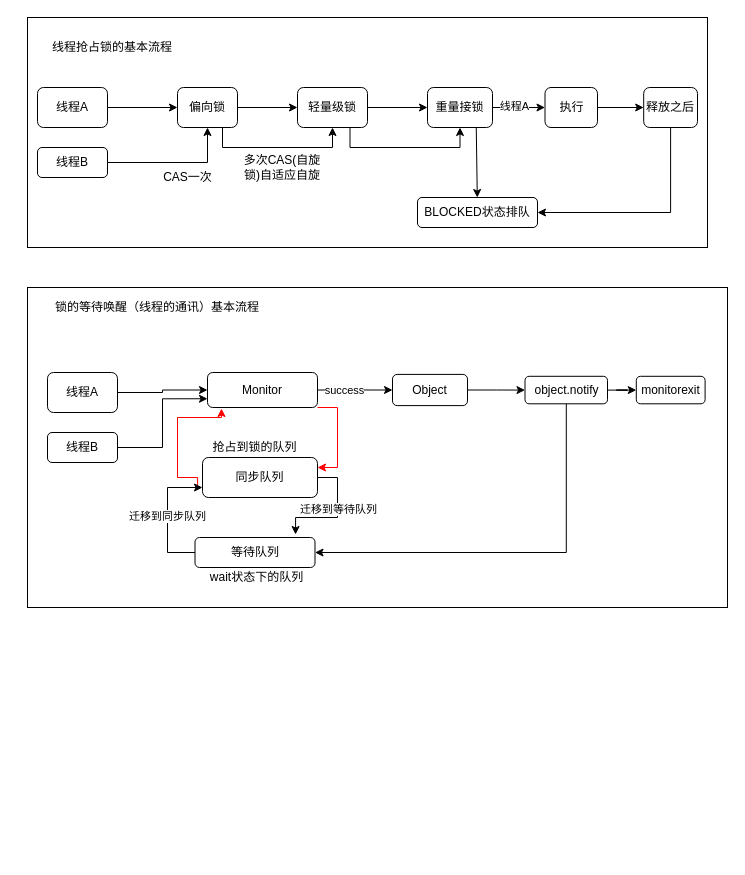
Earlier version of the draw.io diagram 线程升级锁流程图.drawio (perryvip/xml). Source tidied: cells renumbered, new cells numbered last; positions are measured from the earlier drawing's top-left corner, leaving out a move shared by most shapes. Both pictures are drawn from the tidied source at 100%, with x=0, y=0 at pixel (27, 17).
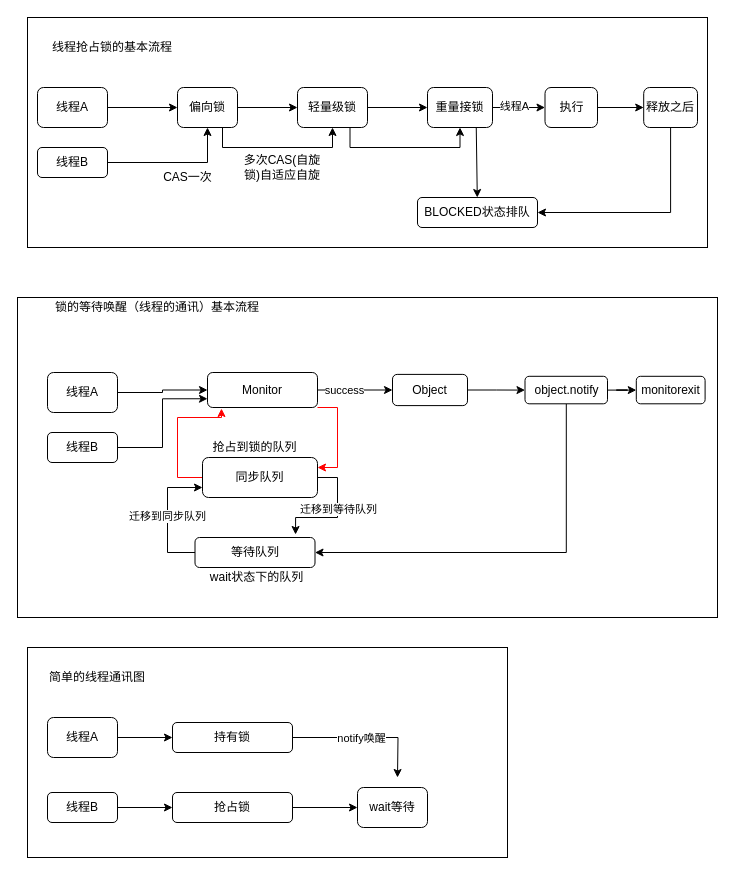
Above is the later version.

Commit message (it also covers changes not shown here):
更新线程升级锁流程图.drawio

Unchanged cells that the change refers to:
```xml
<mxCell id="34" value="Monitor" style="rounded=1;whiteSpace=wrap;html=1;" parent="1" vertex="1">
  <mxGeometry x="180" y="355" width="110" height="35" as="geometry" />
</mxCell>
<mxCell id="44" value="同步队列" style="rounded=1;whiteSpace=wrap;html=1;" parent="1" vertex="1">
  <mxGeometry x="175" y="440" width="115" height="40" as="geometry" />
</mxCell>
```

Diff of the diagram source:
```diff
@@
+    <mxCell id="49" style="rounded=0;whiteSpace=wrap;html=1;" parent="1" vertex="1">
+      <mxGeometry y="630" width="480" height="210" as="geometry" />
+    </mxCell>
@@
     <mxCell id="25" style="rounded=0;whiteSpace=wrap;html=1;" parent="1" vertex="1">
-      <mxGeometry y="270" width="700" height="320" as="geometry" />
+      <mxGeometry x="-10" y="280" width="700" height="320" as="geometry" />
     </mxCell>
@@
-    <mxCell id="43" style="edgeStyle=orthogonalEdgeStyle;rounded=0;jettySize=auto;html=1;entryX=0.127;entryY=1.029;entryDx=0;entryDy=0;strokeColor=#FF0000;exitX=0.243;exitY=0.633;exitDx=0;exitDy=0;exitPerimeter=0;entryPerimeter=0;" parent="1" edge="1" source="25" target="34">
+    <mxCell id="43" style="edgeStyle=orthogonalEdgeStyle;rounded=0;jettySize=auto;html=1;entryX=0.127;entryY=1.029;entryDx=0;entryDy=0;strokeColor=#FF0000;exitX=0;exitY=0.25;exitDx=0;exitDy=0;entryPerimeter=0;" parent="1" edge="1" source="44" target="34">
       <mxGeometry relative="1" as="geometry">
         <Array as="points">
+          <mxPoint x="175" y="460" />
           <mxPoint x="150" y="460" />
           <mxPoint x="150" y="400" />
           <mxPoint x="194" y="400" />
         </Array>
       </mxGeometry>
     </mxCell>
@@
+    <mxCell id="50" style="edgeStyle=orthogonalEdgeStyle;rounded=0;jettySize=auto;html=1;strokeColor=#000000;" parent="1" edge="1" source="51" target="56">
+      <mxGeometry relative="1" as="geometry" />
+    </mxCell>
+    <mxCell id="51" value="线程A" style="rounded=1;whiteSpace=wrap;html=1;" parent="1" vertex="1">
+      <mxGeometry x="20" y="700" width="70" height="40" as="geometry" />
+    </mxCell>
+    <mxCell id="52" style="edgeStyle=orthogonalEdgeStyle;rounded=0;jettySize=auto;html=1;strokeColor=#000000;" parent="1" edge="1" source="53" target="58">
+      <mxGeometry relative="1" as="geometry" />
+    </mxCell>
+    <mxCell id="53" value="线程B" style="rounded=1;whiteSpace=wrap;html=1;" parent="1" vertex="1">
+      <mxGeometry x="20" y="775" width="70" height="30" as="geometry" />
+    </mxCell>
+    <mxCell id="54" style="edgeStyle=orthogonalEdgeStyle;rounded=0;jettySize=auto;html=1;strokeColor=#000000;" parent="1" edge="1" source="56">
+      <mxGeometry relative="1" as="geometry">
+        <mxPoint x="370" y="760" as="targetPoint" />
+      </mxGeometry>
+    </mxCell>
+    <mxCell id="55" value="notify唤醒" style="edgeLabel;html=1;align=center;verticalAlign=middle;" parent="54" vertex="1">
+      <mxGeometry x="-0.06" relative="1" as="geometry" />
+    </mxCell>
+    <mxCell id="56" value="持有锁" style="whiteSpace=wrap;html=1;rounded=1;" parent="1" vertex="1">
+      <mxGeometry x="145" y="705" width="120" height="30" as="geometry" />
+    </mxCell>
+    <mxCell id="57" style="edgeStyle=orthogonalEdgeStyle;rounded=0;jettySize=auto;html=1;strokeColor=#000000;" parent="1" edge="1" source="58" target="59">
+      <mxGeometry relative="1" as="geometry" />
+    </mxCell>
+    <mxCell id="58" value="抢占锁" style="whiteSpace=wrap;html=1;rounded=1;" parent="1" vertex="1">
+      <mxGeometry x="145" y="775" width="120" height="30" as="geometry" />
+    </mxCell>
+    <mxCell id="59" value="wait等待" style="rounded=1;whiteSpace=wrap;html=1;" parent="1" vertex="1">
+      <mxGeometry x="330" y="770" width="70" height="40" as="geometry" />
+    </mxCell>
+    <mxCell id="60" value="简单的线程通讯图" style="text;html=1;strokeColor=none;fillColor=none;align=center;verticalAlign=middle;whiteSpace=wrap;rounded=0;" parent="1" vertex="1">
+      <mxGeometry y="650" width="140" height="20" as="geometry" />
+    </mxCell>
```
